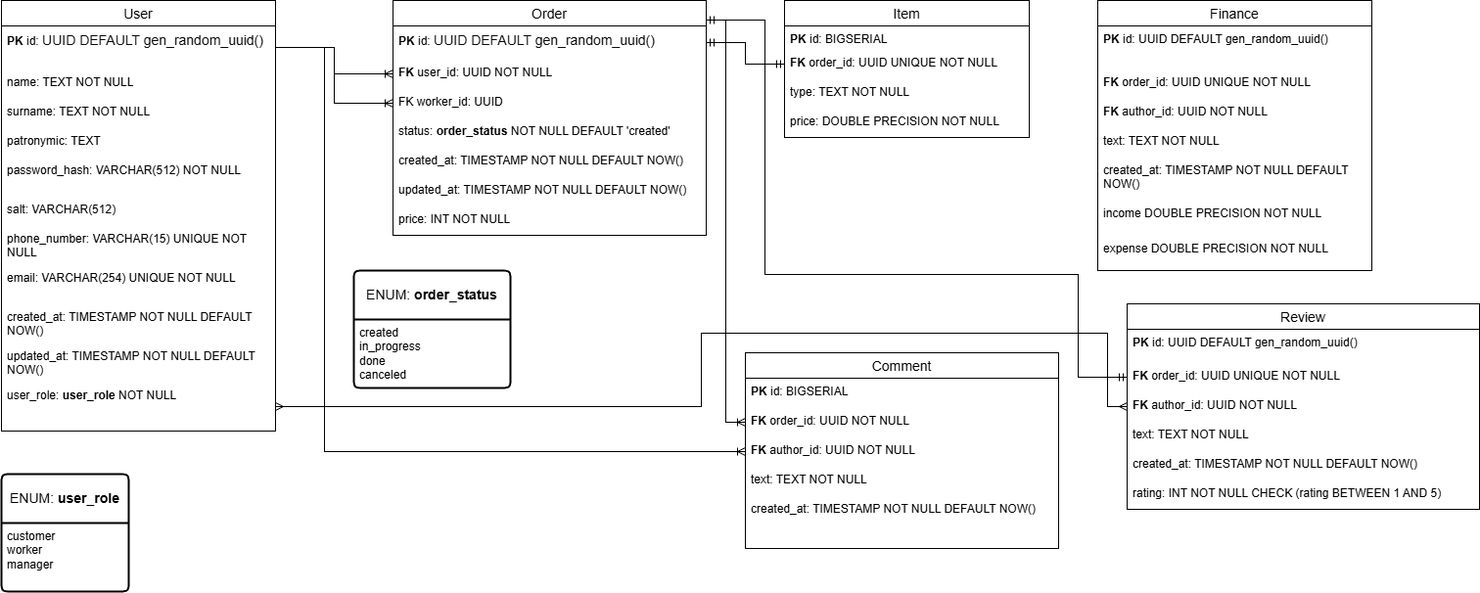
This is docs/assets/er_sql.png from moevm/nsql1h26-tailor, a draw.io export, as it was before one commit. Source tidied: cells renumbered, new cells last; positions are measured from the earlier drawing's top-left corner, leaving out a move shared by most shapes.
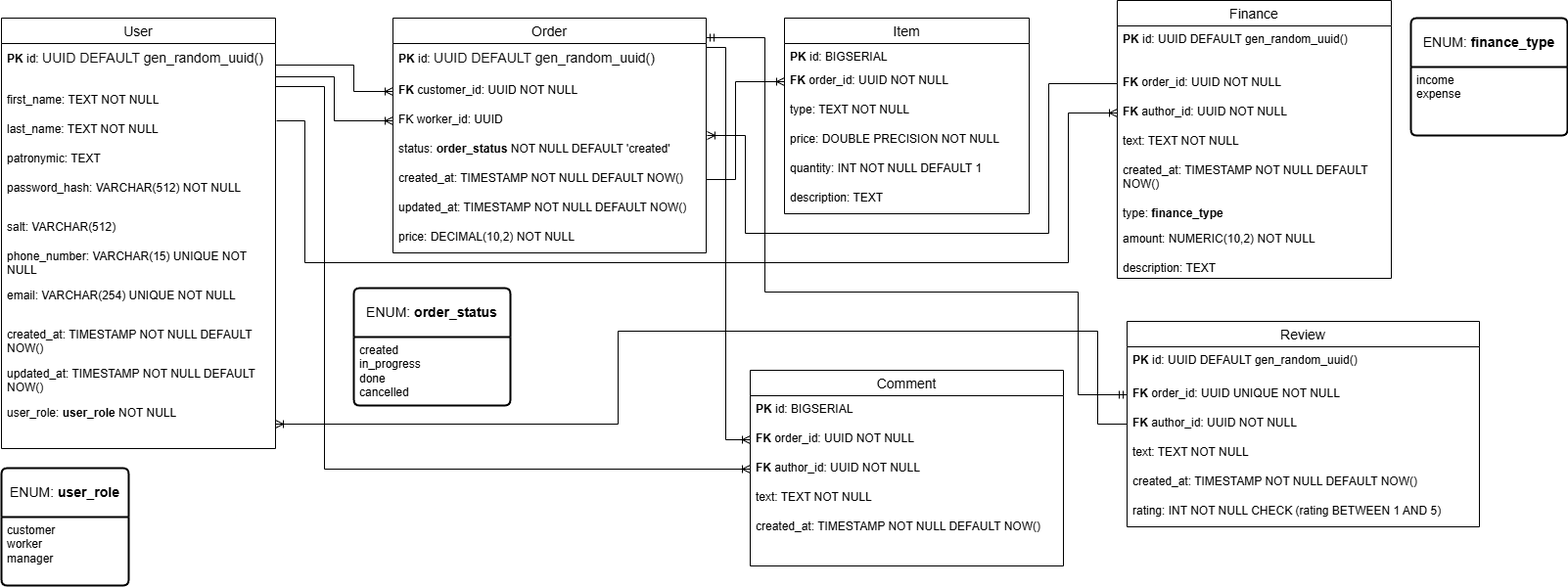
Later version of the same file.

Commit message:
fixes in er models for sql and nosql

Change to the diagram source:
```diff
@@ -8,10 +8,10 @@
     <mxCell id="3" value="&lt;b&gt;PK&lt;/b&gt; id:&amp;nbsp;&lt;span style=&quot;color: rgb(10, 10, 10); font-size: 14px; background-color: transparent;&quot;&gt;UUID&amp;nbsp;DEFAULT gen_random_uuid()&lt;/span&gt;" style="text;strokeColor=none;fillColor=none;spacingLeft=4;spacingRight=4;overflow=hidden;points=[[0,0.5],[1,0.5]];portConstraint=eastwest;fontSize=12;whiteSpace=wrap;html=1;" parent="2" vertex="1">
       <mxGeometry y="26" width="280" height="44" as="geometry" />
     </mxCell>
-    <mxCell id="4" value="name: TEXT NOT NULL" style="text;strokeColor=none;fillColor=none;spacingLeft=4;spacingRight=4;overflow=hidden;fontSize=12;whiteSpace=wrap;html=1;" parent="2" vertex="1">
+    <mxCell id="4" value="first_name: TEXT NOT NULL" style="text;strokeColor=none;fillColor=none;spacingLeft=4;spacingRight=4;overflow=hidden;fontSize=12;whiteSpace=wrap;html=1;" parent="2" vertex="1">
       <mxGeometry y="70" width="280" height="30" as="geometry" />
     </mxCell>
-    <mxCell id="5" value="surname: TEXT NOT NULL" style="text;strokeColor=none;fillColor=none;spacingLeft=4;spacingRight=4;overflow=hidden;points=[[0,0.5],[1,0.5]];portConstraint=eastwest;fontSize=12;whiteSpace=wrap;html=1;" parent="2" vertex="1">
+    <mxCell id="5" value="last_name: TEXT NOT NULL" style="text;strokeColor=none;fillColor=none;spacingLeft=4;spacingRight=4;overflow=hidden;points=[[0,0.5],[1,0.5]];portConstraint=eastwest;fontSize=12;whiteSpace=wrap;html=1;" parent="2" vertex="1">
       <mxGeometry y="100" width="280" height="30" as="geometry" />
     </mxCell>
     <mxCell id="6" value="patronymic: TEXT" style="text;strokeColor=none;fillColor=none;spacingLeft=4;spacingRight=4;overflow=hidden;fontSize=12;whiteSpace=wrap;html=1;" parent="2" vertex="1">
@@ -44,7 +44,7 @@
     <mxCell id="15" value="&lt;b&gt;PK&lt;/b&gt; id:&amp;nbsp;&lt;span style=&quot;color: rgb(10, 10, 10); font-size: 14px; background-color: transparent;&quot;&gt;UUID&amp;nbsp;&lt;/span&gt;&lt;span style=&quot;color: rgb(10, 10, 10); font-size: 14px;&quot;&gt;DEFAULT gen_random_uuid()&lt;/span&gt;" style="text;strokeColor=none;fillColor=none;spacingLeft=4;spacingRight=4;overflow=hidden;points=[[0,0.5],[1,0.5]];portConstraint=eastwest;fontSize=12;whiteSpace=wrap;html=1;" parent="14" vertex="1">
       <mxGeometry y="26" width="320" height="34" as="geometry" />
     </mxCell>
-    <mxCell id="16" value="&lt;b&gt;FK&lt;/b&gt; user_id: UUID NOT NULL" style="text;strokeColor=none;fillColor=none;spacingLeft=4;spacingRight=4;overflow=hidden;points=[[0,0.5],[1,0.5]];portConstraint=eastwest;fontSize=12;whiteSpace=wrap;html=1;" parent="14" vertex="1">
+    <mxCell id="16" value="&lt;b&gt;FK&lt;/b&gt;&amp;nbsp;customer_id: UUID NOT NULL" style="text;strokeColor=none;fillColor=none;spacingLeft=4;spacingRight=4;overflow=hidden;points=[[0,0.5],[1,0.5]];portConstraint=eastwest;fontSize=12;whiteSpace=wrap;html=1;" parent="14" vertex="1">
       <mxGeometry y="60" width="320" height="30" as="geometry" />
     </mxCell>
     <mxCell id="17" value="FK worker_id: UUID" style="text;strokeColor=none;fillColor=none;spacingLeft=4;spacingRight=4;overflow=hidden;points=[[0,0.5],[1,0.5]];portConstraint=eastwest;fontSize=12;whiteSpace=wrap;html=1;" parent="14" vertex="1">
@@ -59,11 +59,11 @@
     <mxCell id="20" value="updated_at: TIMESTAMP NOT NULL DEFAULT NOW()" style="text;strokeColor=none;fillColor=none;spacingLeft=4;spacingRight=4;overflow=hidden;fontSize=12;whiteSpace=wrap;html=1;" parent="14" vertex="1">
       <mxGeometry y="180" width="320" height="30" as="geometry" />
     </mxCell>
-    <mxCell id="21" value="price: INT NOT NULL" style="text;strokeColor=none;fillColor=none;spacingLeft=4;spacingRight=4;overflow=hidden;fontSize=12;whiteSpace=wrap;html=1;" parent="14" vertex="1">
+    <mxCell id="21" value="price:&amp;nbsp;DECIMAL(10,2) NOT NULL" style="text;strokeColor=none;fillColor=none;spacingLeft=4;spacingRight=4;overflow=hidden;fontSize=12;whiteSpace=wrap;html=1;" parent="14" vertex="1">
       <mxGeometry y="210" width="320" height="30" as="geometry" />
     </mxCell>
     <mxCell id="22" value="ENUM:&amp;nbsp;&lt;b&gt;user_role&lt;/b&gt;" style="swimlane;horizontal=1;startSize=50;rounded=1;fontSize=14;fontStyle=0;strokeWidth=2;shadow=0;dashed=0;align=center;arcSize=4;whiteSpace=wrap;html=1;" parent="1" vertex="1">
-      <mxGeometry y="484" width="130" height="120" as="geometry" />
+      <mxGeometry y="460" width="130" height="120" as="geometry" />
     </mxCell>
     <mxCell id="23" value="customer&lt;div&gt;worker&lt;/div&gt;&lt;div&gt;manager&lt;/div&gt;" style="align=left;strokeColor=none;fillColor=none;spacingLeft=4;spacingRight=4;fontSize=12;verticalAlign=top;html=1;whiteSpace=wrap;" parent="22" vertex="1">
       <mxGeometry y="50" width="130" height="70" as="geometry" />
@@ -71,11 +71,11 @@
     <mxCell id="24" value="ENUM: &lt;b&gt;order_status&lt;/b&gt;" style="swimlane;horizontal=1;startSize=50;rounded=1;fontSize=14;fontStyle=0;strokeWidth=2;shadow=0;dashed=0;align=center;arcSize=4;whiteSpace=wrap;html=1;" parent="1" vertex="1">
       <mxGeometry x="360" y="276" width="160" height="120" as="geometry" />
     </mxCell>
-    <mxCell id="25" value="created&lt;br&gt;&lt;div&gt;in_progress&lt;/div&gt;&lt;div&gt;done&lt;/div&gt;&lt;div&gt;canceled&lt;/div&gt;" style="align=left;strokeColor=none;fillColor=none;spacingLeft=4;spacingRight=4;fontSize=12;verticalAlign=top;html=1;whiteSpace=wrap;" parent="24" vertex="1">
+    <mxCell id="25" value="created&lt;br&gt;&lt;div&gt;in_progress&lt;/div&gt;&lt;div&gt;done&lt;/div&gt;&lt;div&gt;cancelled&lt;/div&gt;" style="align=left;strokeColor=none;fillColor=none;spacingLeft=4;spacingRight=4;fontSize=12;verticalAlign=top;html=1;whiteSpace=wrap;" parent="24" vertex="1">
       <mxGeometry y="50" width="160" height="70" as="geometry" />
     </mxCell>
     <mxCell id="26" value="Comment" style="swimlane;fontStyle=0;horizontal=1;startSize=26;align=center;fontSize=14;" parent="1" vertex="1">
-      <mxGeometry x="760" y="360" width="320" height="200" as="geometry" />
+      <mxGeometry x="765" y="360" width="320" height="200" as="geometry" />
     </mxCell>
     <mxCell id="27" value="&lt;b&gt;PK&lt;/b&gt; id: BIGSERIAL&amp;nbsp;" style="text;strokeColor=none;fillColor=none;spacingLeft=4;spacingRight=4;overflow=hidden;fontSize=12;whiteSpace=wrap;html=1;" parent="26" vertex="1">
       <mxGeometry y="26" width="320" height="30" as="geometry" />
@@ -114,12 +114,12 @@
       <mxGeometry y="180" width="360" height="30" as="geometry" />
     </mxCell>
     <mxCell id="39" value="Finance" style="swimlane;fontStyle=0;horizontal=1;startSize=26;align=center;fontSize=14;" parent="1" vertex="1">
-      <mxGeometry x="1120" width="280" height="276" as="geometry" />
+      <mxGeometry x="1140" y="-18" width="280" height="284" as="geometry" />
     </mxCell>
     <mxCell id="40" value="&lt;b&gt;PK&lt;/b&gt; id: UUID DEFAULT gen_random_uuid()&amp;nbsp;" style="text;strokeColor=none;fillColor=none;spacingLeft=4;spacingRight=4;overflow=hidden;fontSize=12;whiteSpace=wrap;html=1;" parent="39" vertex="1">
       <mxGeometry y="26" width="280" height="44" as="geometry" />
     </mxCell>
-    <mxCell id="41" value="&lt;b&gt;FK&lt;/b&gt; order_id: UUID UNIQUE NOT NULL" style="text;strokeColor=none;fillColor=none;spacingLeft=4;spacingRight=4;overflow=hidden;points=[[0,0.5],[1,0.5]];portConstraint=eastwest;fontSize=12;whiteSpace=wrap;html=1;" parent="39" vertex="1">
+    <mxCell id="41" value="&lt;b&gt;FK&lt;/b&gt; order_id: UUID NOT NULL" style="text;strokeColor=none;fillColor=none;spacingLeft=4;spacingRight=4;overflow=hidden;points=[[0,0.5],[1,0.5]];portConstraint=eastwest;fontSize=12;whiteSpace=wrap;html=1;" parent="39" vertex="1">
       <mxGeometry y="70" width="280" height="30" as="geometry" />
     </mxCell>
     <mxCell id="42" value="&lt;b&gt;FK&lt;/b&gt; author_id: UUID NOT NULL" style="text;strokeColor=none;fillColor=none;spacingLeft=4;spacingRight=4;overflow=hidden;points=[[0,0.5],[1,0.5]];portConstraint=eastwest;fontSize=12;whiteSpace=wrap;html=1;" parent="39" vertex="1">
@@ -131,19 +131,22 @@
     <mxCell id="44" value="created_at: TIMESTAMP NOT NULL DEFAULT NOW()" style="text;strokeColor=none;fillColor=none;spacingLeft=4;spacingRight=4;overflow=hidden;fontSize=12;whiteSpace=wrap;html=1;" parent="39" vertex="1">
       <mxGeometry y="160" width="280" height="44" as="geometry" />
     </mxCell>
-    <mxCell id="45" value="&lt;div&gt;income DOUBLE PRECISION NOT NULL&lt;/div&gt;" style="text;strokeColor=none;fillColor=none;spacingLeft=4;spacingRight=4;overflow=hidden;fontSize=12;whiteSpace=wrap;html=1;" parent="39" vertex="1">
-      <mxGeometry y="204" width="280" height="36" as="geometry" />
+    <mxCell id="45" value="&lt;div&gt;type:&amp;nbsp;&lt;b&gt;finance_type&lt;/b&gt;&lt;/div&gt;" style="text;strokeColor=none;fillColor=none;spacingLeft=4;spacingRight=4;overflow=hidden;fontSize=12;whiteSpace=wrap;html=1;" parent="39" vertex="1">
+      <mxGeometry y="204" width="280" height="26" as="geometry" />
     </mxCell>
-    <mxCell id="46" value="&lt;div&gt;expense DOUBLE PRECISION NOT NULL&lt;/div&gt;" style="text;strokeColor=none;fillColor=none;spacingLeft=4;spacingRight=4;overflow=hidden;fontSize=12;whiteSpace=wrap;html=1;" parent="39" vertex="1">
-      <mxGeometry y="240" width="280" height="36" as="geometry" />
-    </mxCell>
+    <mxCell id="59" value="amount:&amp;nbsp;&lt;span class=&quot;ͼe&quot;&gt;NUMERIC&lt;/span&gt;(&lt;span class=&quot;ͼb&quot;&gt;10&lt;/span&gt;,&lt;span class=&quot;ͼb&quot;&gt;2&lt;/span&gt;) &lt;span class=&quot;ͼ8&quot;&gt;NOT&lt;/span&gt; &lt;span class=&quot;ͼb&quot;&gt;NULL&lt;/span&gt;" style="text;strokeColor=none;fillColor=none;spacingLeft=4;spacingRight=4;overflow=hidden;fontSize=12;whiteSpace=wrap;html=1;" parent="39" vertex="1">
+      <mxGeometry y="230" width="280" height="30" as="geometry" />
+    </mxCell>
+    <mxCell id="60" value="description: TEXT" style="text;strokeColor=none;fillColor=none;spacingLeft=4;spacingRight=4;overflow=hidden;fontSize=12;whiteSpace=wrap;html=1;" parent="39" vertex="1">
+      <mxGeometry y="260" width="280" height="24" as="geometry" />
+    </mxCell>
     <mxCell id="47" value="Item" style="swimlane;fontStyle=0;horizontal=1;startSize=26;align=center;fontSize=14;" parent="1" vertex="1">
-      <mxGeometry x="800" width="250" height="140" as="geometry" />
+      <mxGeometry x="800" width="250" height="200" as="geometry" />
     </mxCell>
     <mxCell id="48" value="&lt;b&gt;PK&lt;/b&gt;&amp;nbsp;id: BIGSERIAL&amp;nbsp;" style="text;strokeColor=none;fillColor=none;spacingLeft=4;spacingRight=4;overflow=hidden;fontSize=12;whiteSpace=wrap;html=1;" parent="47" vertex="1">
       <mxGeometry y="26" width="250" height="24" as="geometry" />
     </mxCell>
-    <mxCell id="49" value="&lt;b&gt;FK&lt;/b&gt; order_id: UUID UNIQUE NOT NULL" style="text;strokeColor=none;fillColor=none;spacingLeft=4;spacingRight=4;overflow=hidden;points=[[0,0.5],[1,0.5]];portConstraint=eastwest;fontSize=12;whiteSpace=wrap;html=1;" parent="47" vertex="1">
+    <mxCell id="49" value="&lt;b&gt;FK&lt;/b&gt; order_id: UUID NOT NULL" style="text;strokeColor=none;fillColor=none;spacingLeft=4;spacingRight=4;overflow=hidden;points=[[0,0.5],[1,0.5]];portConstraint=eastwest;fontSize=12;whiteSpace=wrap;html=1;" parent="47" vertex="1">
       <mxGeometry y="50" width="250" height="30" as="geometry" />
     </mxCell>
     <mxCell id="50" value="type: TEXT NOT NULL" style="text;strokeColor=none;fillColor=none;spacingLeft=4;spacingRight=4;overflow=hidden;fontSize=12;whiteSpace=wrap;html=1;" parent="47" vertex="1">
@@ -152,28 +155,44 @@
     <mxCell id="51" value="price:&amp;nbsp;DOUBLE PRECISION NOT NULL" style="text;strokeColor=none;fillColor=none;spacingLeft=4;spacingRight=4;overflow=hidden;fontSize=12;whiteSpace=wrap;html=1;" parent="47" vertex="1">
       <mxGeometry y="110" width="250" height="30" as="geometry" />
     </mxCell>
+    <mxCell id="61" value="quantity: INT NOT NULL DEFAULT 1" style="text;strokeColor=none;fillColor=none;spacingLeft=4;spacingRight=4;overflow=hidden;fontSize=12;whiteSpace=wrap;html=1;" parent="47" vertex="1">
+      <mxGeometry y="140" width="250" height="30" as="geometry" />
+    </mxCell>
+    <mxCell id="62" value="description: TEXT" style="text;strokeColor=none;fillColor=none;spacingLeft=4;spacingRight=4;overflow=hidden;fontSize=12;whiteSpace=wrap;html=1;" parent="47" vertex="1">
+      <mxGeometry y="170" width="250" height="30" as="geometry" />
+    </mxCell>
     <mxCell id="52" style="edgeStyle=orthogonalEdgeStyle;fontSize=12;html=1;endArrow=ERoneToMany;rounded=0;exitX=1;exitY=0.5;exitDx=0;exitDy=0;entryX=0;entryY=0.5;entryDx=0;entryDy=0;" parent="1" edge="1" source="3" target="16">
-      <mxGeometry relative="1" as="geometry" />
+      <mxGeometry relative="1" as="geometry">
+        <Array as="points">
+          <mxPoint x="360" y="48" />
+          <mxPoint x="360" y="75" />
+        </Array>
+      </mxGeometry>
     </mxCell>
     <mxCell id="53" style="edgeStyle=orthogonalEdgeStyle;fontSize=12;html=1;endArrow=ERoneToMany;rounded=0;exitX=1;exitY=0.5;exitDx=0;exitDy=0;entryX=0;entryY=0.5;entryDx=0;entryDy=0;" parent="1" edge="1" source="3" target="17">
-      <mxGeometry relative="1" as="geometry" />
+      <mxGeometry relative="1" as="geometry">
+        <Array as="points">
+          <mxPoint x="280" y="60" />
+          <mxPoint x="340" y="60" />
+          <mxPoint x="340" y="105" />
+        </Array>
+      </mxGeometry>
     </mxCell>
-    <mxCell id="54" style="edgeStyle=orthogonalEdgeStyle;fontSize=12;html=1;endArrow=ERmandOne;startArrow=ERmandOne;rounded=0;exitX=1;exitY=0.5;exitDx=0;exitDy=0;entryX=0;entryY=0.5;entryDx=0;entryDy=0;" parent="1" edge="1" source="15" target="49">
-      <mxGeometry relative="1" as="geometry" />
-    </mxCell>
     <mxCell id="55" style="edgeStyle=orthogonalEdgeStyle;fontSize=12;html=1;endArrow=ERoneToMany;rounded=0;entryX=0;entryY=0.5;entryDx=0;entryDy=0;exitX=1;exitY=0.5;exitDx=0;exitDy=0;jumpStyle=none;" parent="1" edge="1" source="15" target="28">
       <mxGeometry relative="1" as="geometry">
         <Array as="points">
-          <mxPoint x="720" y="20" />
-          <mxPoint x="740" y="20" />
+          <mxPoint x="720" y="30" />
+          <mxPoint x="740" y="30" />
           <mxPoint x="740" y="431" />
         </Array>
       </mxGeometry>
     </mxCell>
-    <mxCell id="56" style="edgeStyle=orthogonalEdgeStyle;fontSize=12;html=1;endArrow=ERoneToMany;rounded=0;entryX=0;entryY=0.5;entryDx=0;entryDy=0;exitX=1;exitY=0.5;exitDx=0;exitDy=0;" parent="1" edge="1" source="3" target="29">
+    <mxCell id="56" style="edgeStyle=orthogonalEdgeStyle;fontSize=12;html=1;endArrow=ERoneToMany;rounded=0;entryX=0;entryY=0.5;entryDx=0;entryDy=0;" parent="1" edge="1" target="29">
       <mxGeometry relative="1" as="geometry">
+        <mxPoint x="280" y="70" as="sourcePoint" />
         <Array as="points">
-          <mxPoint x="330" y="48" />
+          <mxPoint x="280" y="70" />
+          <mxPoint x="330" y="70" />
           <mxPoint x="330" y="461" />
         </Array>
       </mxGeometry>
@@ -189,15 +208,49 @@
         </Array>
       </mxGeometry>
     </mxCell>
-    <mxCell id="58" style="edgeStyle=orthogonalEdgeStyle;fontSize=12;html=1;endArrow=ERmany;startArrow=ERmany;rounded=0;entryX=0;entryY=0.5;entryDx=0;entryDy=0;exitX=1;exitY=0.5;exitDx=0;exitDy=0;" parent="1" edge="1" source="13" target="35">
-      <mxGeometry relative="1" as="geometry">
-        <Array as="points">
-          <mxPoint x="715" y="415" />
-          <mxPoint x="715" y="340" />
-          <mxPoint x="1130" y="340" />
-          <mxPoint x="1130" y="415" />
-        </Array>
-      </mxGeometry>
-    </mxCell>
+    <mxCell id="63" style="edgeStyle=orthogonalEdgeStyle;fontSize=12;html=1;endArrow=ERoneToMany;rounded=0;entryX=0;entryY=0.5;entryDx=0;entryDy=0;exitX=1;exitY=0.5;exitDx=0;exitDy=0;" parent="1" edge="1" source="19" target="49">
+      <mxGeometry relative="1" as="geometry">
+        <Array as="points">
+          <mxPoint x="750" y="165" />
+          <mxPoint x="750" y="65" />
+        </Array>
+      </mxGeometry>
+    </mxCell>
+    <mxCell id="64" value="ENUM: &lt;b&gt;finance_type&lt;/b&gt;" style="swimlane;horizontal=1;startSize=50;rounded=1;fontSize=14;fontStyle=0;strokeWidth=2;shadow=0;dashed=0;align=center;arcSize=4;whiteSpace=wrap;html=1;" parent="1" vertex="1">
+      <mxGeometry x="1440" width="160" height="120" as="geometry" />
+    </mxCell>
+    <mxCell id="65" value="income&lt;div&gt;expense&lt;/div&gt;" style="align=left;strokeColor=none;fillColor=none;spacingLeft=4;spacingRight=4;fontSize=12;verticalAlign=top;html=1;whiteSpace=wrap;" parent="64" vertex="1">
+      <mxGeometry y="50" width="160" height="70" as="geometry" />
+    </mxCell>
+    <mxCell id="66" style="edgeStyle=orthogonalEdgeStyle;fontSize=12;html=1;endArrow=ERoneToMany;rounded=0;exitX=0;exitY=0.5;exitDx=0;exitDy=0;entryX=1;entryY=0.5;entryDx=0;entryDy=0;" parent="1" edge="1" source="35" target="13">
+      <mxGeometry relative="1" as="geometry">
+        <Array as="points">
+          <mxPoint x="1120" y="415" />
+          <mxPoint x="1120" y="320" />
+          <mxPoint x="630" y="320" />
+          <mxPoint x="630" y="415" />
+        </Array>
+      </mxGeometry>
+    </mxCell>
+    <mxCell id="67" style="edgeStyle=orthogonalEdgeStyle;fontSize=12;html=1;endArrow=ERoneToMany;rounded=0;exitX=1.004;exitY=0.167;exitDx=0;exitDy=0;exitPerimeter=0;entryX=0;entryY=0.5;entryDx=0;entryDy=0;" parent="1" edge="1" source="5" target="42">
+      <mxGeometry relative="1" as="geometry">
+        <Array as="points">
+          <mxPoint x="310" y="105" />
+          <mxPoint x="310" y="250" />
+          <mxPoint x="1090" y="250" />
+          <mxPoint x="1090" y="97" />
+        </Array>
+      </mxGeometry>
+    </mxCell>
+    <mxCell id="68" style="edgeStyle=orthogonalEdgeStyle;fontSize=12;html=1;endArrow=ERoneToMany;rounded=0;exitX=0;exitY=0.5;exitDx=0;exitDy=0;entryX=1.003;entryY=0;entryDx=0;entryDy=0;entryPerimeter=0;" parent="1" edge="1" source="41" target="18">
+      <mxGeometry relative="1" as="geometry">
+        <Array as="points">
+          <mxPoint x="1070" y="67" />
+          <mxPoint x="1070" y="220" />
+          <mxPoint x="760" y="220" />
+          <mxPoint x="760" y="120" />
+        </Array>
+      </mxGeometry>
+    </mxCell>
   </root>
 </mxGraphModel>
```
